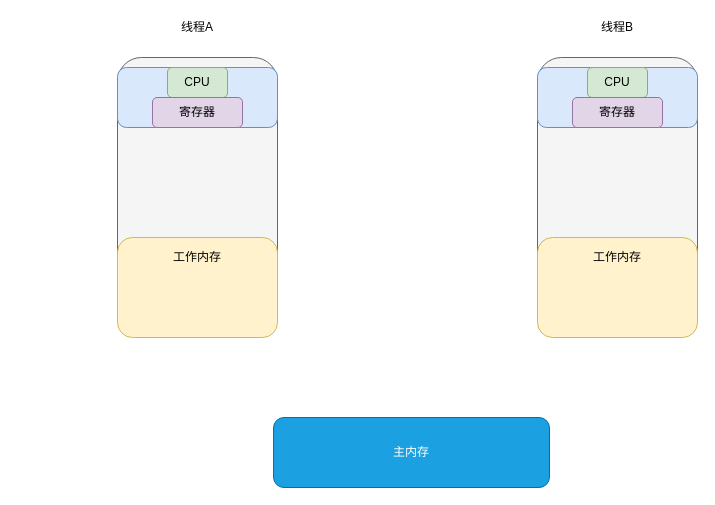
Earlier version of the draw.io diagram 多线程与高并发/Untitled Diagram.drawio (LePeitiPrince/note-picture). Source tidied: cells renumbered, new cells numbered last; positions are measured from the earlier drawing's top-left corner, leaving out a move shared by most shapes. Both pictures are drawn from the tidied source at 100%, with x=0, y=0 at pixel (117, 17).
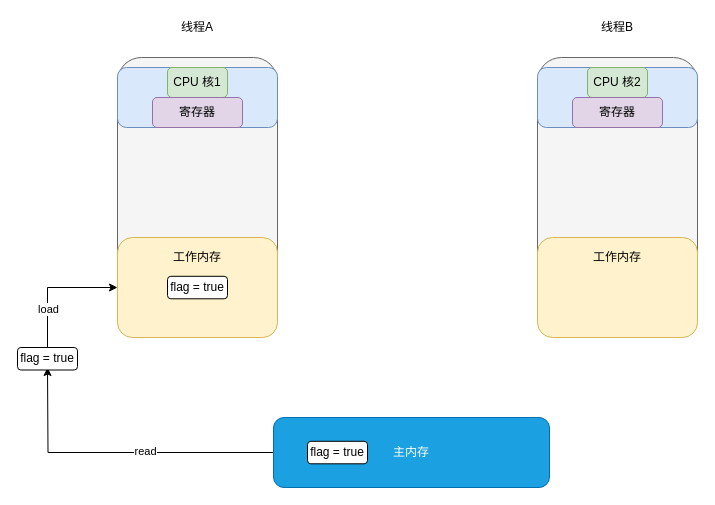
After the change.

The change refers to these unchanged cells:
```xml
<mxCell id="9" style="rounded=1;whiteSpace=wrap;html=1;fillColor=#fff2cc;strokeColor=#d6b656;" parent="1" vertex="1">
  <mxGeometry y="220" width="160" height="100" as="geometry" />
</mxCell>
<mxCell id="16" value="主内存" style="rounded=1;whiteSpace=wrap;html=1;fillColor=#1ba1e2;fontColor=#ffffff;strokeColor=#006EAF;" parent="1" vertex="1">
  <mxGeometry x="156" y="400" width="276" height="70" as="geometry" />
</mxCell>
```

Diff of the diagram source:
```diff
@@
-    <mxCell id="7" value="CPU" style="rounded=1;whiteSpace=wrap;html=1;fillColor=#d5e8d4;strokeColor=#82b366;" parent="1" vertex="1">
+    <mxCell id="7" value="CPU 核1" style="rounded=1;whiteSpace=wrap;html=1;fillColor=#d5e8d4;strokeColor=#82b366;" parent="1" vertex="1">
       <mxGeometry x="50" y="50" width="60" height="30" as="geometry" />
     </mxCell>
@@
-    <mxCell id="12" value="CPU" style="rounded=1;whiteSpace=wrap;html=1;fillColor=#d5e8d4;strokeColor=#82b366;" parent="1" vertex="1">
+    <mxCell id="12" value="CPU 核2" style="rounded=1;whiteSpace=wrap;html=1;fillColor=#d5e8d4;strokeColor=#82b366;" parent="1" vertex="1">
       <mxGeometry x="470" y="50" width="60" height="30" as="geometry" />
     </mxCell>
@@
+    <mxCell id="17" style="edgeStyle=orthogonalEdgeStyle;rounded=0;jettySize=auto;html=1;exitX=0;exitY=0.5;exitDx=0;exitDy=0;" parent="1" edge="1" source="16">
+      <mxGeometry relative="1" as="geometry">
+        <mxPoint x="-70" y="350" as="targetPoint" />
+      </mxGeometry>
+    </mxCell>
+    <mxCell id="18" value="read" style="edgeLabel;html=1;align=center;verticalAlign=middle;" parent="17" vertex="1">
+      <mxGeometry x="-0.17" y="-2" relative="1" as="geometry" />
+    </mxCell>
@@
+    <mxCell id="19" value="flag = true" style="rounded=1;whiteSpace=wrap;html=1;" parent="1" vertex="1">
+      <mxGeometry x="190" y="423.8" width="60" height="22.5" as="geometry" />
+    </mxCell>
+    <mxCell id="20" style="edgeStyle=orthogonalEdgeStyle;rounded=0;jettySize=auto;html=1;exitX=0.5;exitY=0;exitDx=0;exitDy=0;entryX=0;entryY=0.5;entryDx=0;entryDy=0;" parent="1" edge="1" source="22" target="9">
+      <mxGeometry relative="1" as="geometry" />
+    </mxCell>
+    <mxCell id="21" value="load" style="edgeLabel;html=1;align=center;verticalAlign=middle;" parent="20" vertex="1">
+      <mxGeometry x="-0.4" relative="1" as="geometry" />
+    </mxCell>
+    <mxCell id="22" value="flag = true" style="rounded=1;whiteSpace=wrap;html=1;" parent="1" vertex="1">
+      <mxGeometry x="-100" y="330" width="60" height="22.5" as="geometry" />
+    </mxCell>
+    <mxCell id="23" value="flag = true" style="rounded=1;whiteSpace=wrap;html=1;" parent="1" vertex="1">
+      <mxGeometry x="50" y="258.8" width="60" height="22.5" as="geometry" />
+    </mxCell>
```
